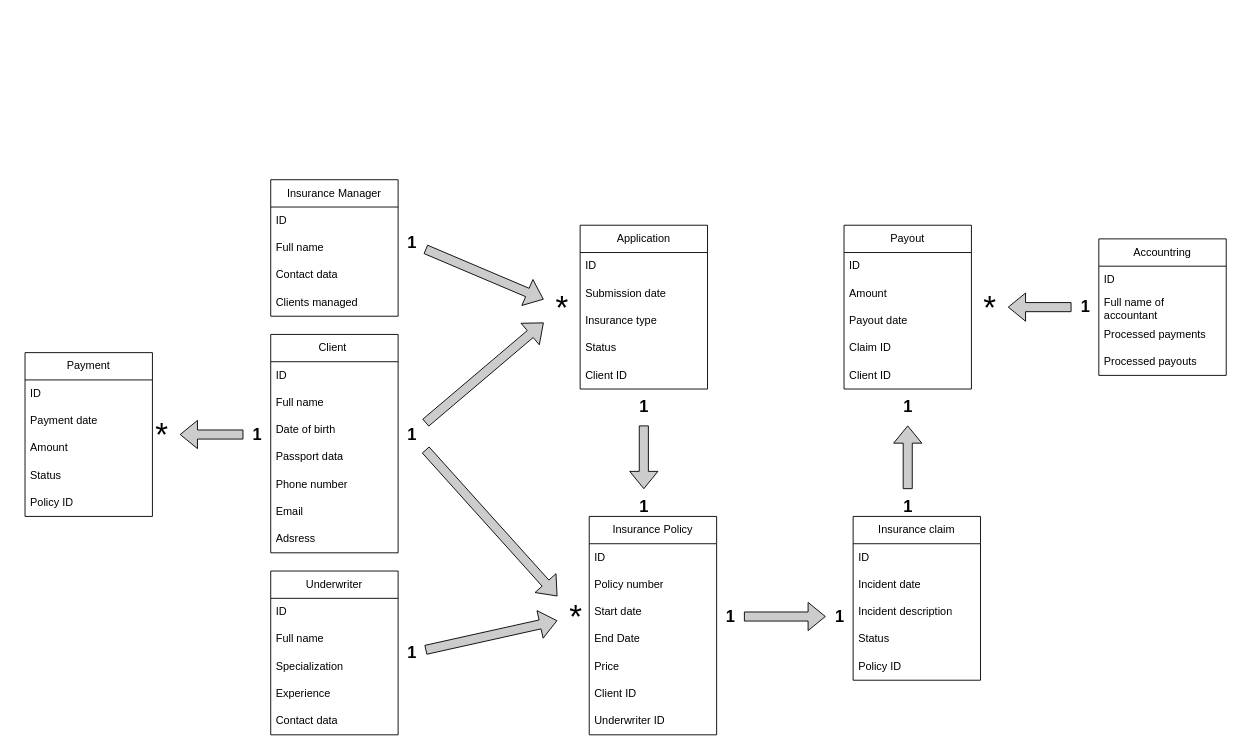
Above: lab6/Модель предметной области.drawio in GutsuNikolai/PSI (draw.io), before the change. Source tidied: cells renumbered, new cells numbered last; positions are measured from the earlier drawing's top-left corner, leaving out a move shared by most shapes. Both pictures are drawn from the tidied source at 91%, with x=0, y=0 at pixel (25, 179).
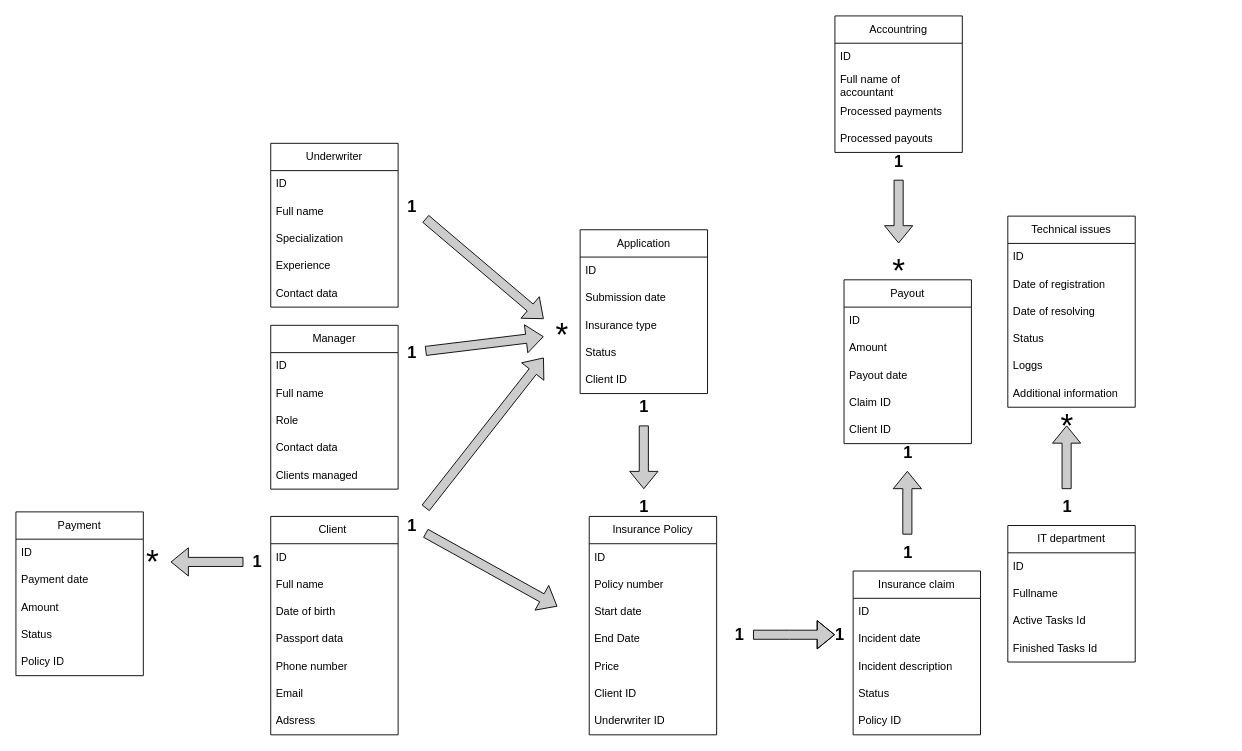
The same diagram, later.

What changed in the source:
```diff
@@
     <mxCell id="2" value="Client&amp;nbsp;" style="swimlane;fontStyle=0;horizontal=1;startSize=30;whiteSpace=wrap;html=1;" parent="1" vertex="1">
-      <mxGeometry x="270" y="170" width="140" height="240" as="geometry" />
+      <mxGeometry x="270" y="370" width="140" height="240" as="geometry" />
     </mxCell>
@@
     <mxCell id="11" value="Application" style="swimlane;fontStyle=0;horizontal=1;startSize=30;whiteSpace=wrap;html=1;" parent="1" vertex="1">
-      <mxGeometry x="610" y="50" width="140" height="180" as="geometry" />
+      <mxGeometry x="610" y="55" width="140" height="180" as="geometry" />
     </mxCell>
@@
     <mxCell id="18" value="Underwriter" style="swimlane;fontStyle=0;horizontal=1;startSize=30;whiteSpace=wrap;html=1;" parent="1" vertex="1">
-      <mxGeometry x="270" y="430" width="140" height="180" as="geometry" />
+      <mxGeometry x="270" y="-40" width="140" height="180" as="geometry" />
     </mxCell>
@@
     <mxCell id="32" value="Payment" style="swimlane;fontStyle=0;horizontal=1;startSize=30;whiteSpace=wrap;html=1;" parent="1" vertex="1">
-      <mxGeometry y="190" width="140" height="180" as="geometry" />
+      <mxGeometry x="-10" y="365" width="140" height="180" as="geometry" />
     </mxCell>
@@
-    <mxCell id="38" value="Insurance Manager" style="swimlane;fontStyle=0;horizontal=1;startSize=30;whiteSpace=wrap;html=1;" parent="1" vertex="1">
-      <mxGeometry x="270" width="140" height="150" as="geometry" />
+    <mxCell id="38" value="Manager" style="swimlane;fontStyle=0;horizontal=1;startSize=30;whiteSpace=wrap;html=1;" parent="1" vertex="1">
+      <mxGeometry x="270" y="160" width="140" height="180" as="geometry" />
     </mxCell>
@@
+    <mxCell id="84" value="Role" style="text;strokeColor=none;fillColor=none;align=left;verticalAlign=middle;spacingLeft=4;spacingRight=4;overflow=hidden;whiteSpace=wrap;html=1;" parent="38" vertex="1">
+      <mxGeometry y="90" width="140" height="30" as="geometry" />
+    </mxCell>
     <mxCell id="41" value="Contact data" style="text;strokeColor=none;fillColor=none;align=left;verticalAlign=middle;spacingLeft=4;spacingRight=4;overflow=hidden;whiteSpace=wrap;html=1;" parent="38" vertex="1">
-      <mxGeometry y="90" width="140" height="30" as="geometry" />
+      <mxGeometry y="120" width="140" height="30" as="geometry" />
     </mxCell>
     <mxCell id="42" value="Clients managed&amp;nbsp;" style="text;strokeColor=none;fillColor=none;align=left;verticalAlign=middle;spacingLeft=4;spacingRight=4;overflow=hidden;whiteSpace=wrap;html=1;" parent="38" vertex="1">
-      <mxGeometry y="120" width="140" height="30" as="geometry" />
+      <mxGeometry y="150" width="140" height="30" as="geometry" />
     </mxCell>
     <mxCell id="43" value="Accountring" style="swimlane;fontStyle=0;horizontal=1;startSize=30;whiteSpace=wrap;html=1;" parent="1" vertex="1">
-      <mxGeometry x="1180" y="65" width="140" height="150" as="geometry" />
+      <mxGeometry x="890" y="-180" width="140" height="150" as="geometry" />
     </mxCell>
@@
     <mxCell id="48" value="Insurance claim" style="swimlane;fontStyle=0;horizontal=1;startSize=30;whiteSpace=wrap;html=1;" parent="1" vertex="1">
-      <mxGeometry x="910" y="370" width="140" height="180" as="geometry" />
+      <mxGeometry x="910" y="430" width="140" height="180" as="geometry" />
     </mxCell>
@@
     <mxCell id="54" value="Payout" style="swimlane;fontStyle=0;horizontal=1;startSize=30;whiteSpace=wrap;html=1;" parent="1" vertex="1">
-      <mxGeometry x="900" y="50" width="140" height="180" as="geometry" />
+      <mxGeometry x="900" y="110" width="140" height="180" as="geometry" />
     </mxCell>
@@
     <mxCell id="60" value="&lt;font style=&quot;font-size: 18px;&quot;&gt;&lt;b&gt;1&lt;/b&gt;&lt;/font&gt;" style="text;html=1;align=center;verticalAlign=middle;points=[];strokeColor=none;fillColor=none;" parent="1" vertex="1">
-      <mxGeometry x="410" y="260" width="30" height="40" as="geometry" />
+      <mxGeometry x="410" y="360" width="30" height="40" as="geometry" />
     </mxCell>
     <mxCell id="61" value="&lt;font style=&quot;font-size: 36px;&quot;&gt;*&lt;/font&gt;" style="text;html=1;align=center;verticalAlign=middle;points=[];strokeColor=none;fillColor=none;" parent="1" vertex="1">
-      <mxGeometry x="570" y="110" width="40" height="60" as="geometry" />
+      <mxGeometry x="570" y="140" width="40" height="60" as="geometry" />
     </mxCell>
-    <mxCell id="62" style="shape=flexArrow;endArrow=classic;html=1;rounded=0;fillColor=#CCCCCC;" parent="1" edge="1" source="60" target="63">
-      <mxGeometry relative="1" as="geometry" />
+    <mxCell id="62" style="shape=flexArrow;endArrow=classic;html=1;rounded=0;fillColor=#CCCCCC;" parent="1" edge="1" source="60">
+      <mxGeometry relative="1" as="geometry">
+        <mxPoint x="585" y="468.9" as="targetPoint" />
+      </mxGeometry>
     </mxCell>
-    <mxCell id="63" value="&lt;font style=&quot;font-size: 36px;&quot;&gt;*&lt;/font&gt;" style="text;html=1;align=center;verticalAlign=middle;points=[];strokeColor=none;fillColor=none;" parent="1" vertex="1">
-      <mxGeometry x="585" y="450" width="40" height="60" as="geometry" />
-    </mxCell>
@@
     <mxCell id="68" value="&lt;font style=&quot;font-size: 18px;&quot;&gt;&lt;b&gt;1&lt;/b&gt;&lt;/font&gt;" style="text;html=1;align=center;verticalAlign=middle;points=[];strokeColor=none;fillColor=none;" parent="1" vertex="1">
-      <mxGeometry x="880" y="460" width="30" height="40" as="geometry" />
+      <mxGeometry x="880" y="480" width="30" height="40" as="geometry" />
     </mxCell>
     <mxCell id="69" value="&lt;font style=&quot;font-size: 18px;&quot;&gt;&lt;b&gt;1&lt;/b&gt;&lt;/font&gt;" style="text;html=1;align=center;verticalAlign=middle;points=[];strokeColor=none;fillColor=none;" parent="1" vertex="1">
-      <mxGeometry x="955" y="230" width="30" height="40" as="geometry" />
+      <mxGeometry x="955" y="280" width="30" height="40" as="geometry" />
     </mxCell>
     <mxCell id="70" value="&lt;font style=&quot;font-size: 18px;&quot;&gt;&lt;b&gt;1&lt;/b&gt;&lt;/font&gt;" style="text;html=1;align=center;verticalAlign=middle;points=[];strokeColor=none;fillColor=none;" parent="1" vertex="1">
-      <mxGeometry x="240" y="260" width="30" height="40" as="geometry" />
+      <mxGeometry x="240" y="400" width="30" height="40" as="geometry" />
     </mxCell>
     <mxCell id="71" value="&lt;font style=&quot;font-size: 36px;&quot;&gt;*&lt;/font&gt;" style="text;html=1;align=center;verticalAlign=middle;points=[];strokeColor=none;fillColor=none;" parent="1" vertex="1">
-      <mxGeometry x="130" y="250" width="40" height="60" as="geometry" />
+      <mxGeometry x="120" y="390" width="40" height="60" as="geometry" />
     </mxCell>
-    <mxCell id="72" style="shape=flexArrow;endArrow=classic;html=1;rounded=0;fillColor=#CCCCCC;" parent="1" edge="1" source="81" target="68">
-      <mxGeometry relative="1" as="geometry" />
+    <mxCell id="72" style="shape=flexArrow;endArrow=classic;html=1;rounded=0;fillColor=#CCCCCC;" parent="1" edge="1" source="81">
+      <mxGeometry relative="1" as="geometry">
+        <mxPoint x="890" y="500" as="targetPoint" />
+        <Array as="points">
+          <mxPoint x="840" y="500" />
+        </Array>
+      </mxGeometry>
     </mxCell>
@@
     <mxCell id="75" value="&lt;font style=&quot;font-size: 18px;&quot;&gt;&lt;b&gt;1&lt;/b&gt;&lt;/font&gt;" style="text;html=1;align=center;verticalAlign=middle;points=[];strokeColor=none;fillColor=none;" parent="1" vertex="1">
-      <mxGeometry x="410" y="500" width="30" height="40" as="geometry" />
+      <mxGeometry x="410" y="10" width="30" height="40" as="geometry" />
     </mxCell>
     <mxCell id="76" value="&lt;font style=&quot;font-size: 18px;&quot;&gt;&lt;b&gt;1&lt;/b&gt;&lt;/font&gt;" style="text;html=1;align=center;verticalAlign=middle;points=[];strokeColor=none;fillColor=none;" parent="1" vertex="1">
-      <mxGeometry x="1150" y="120" width="30" height="40" as="geometry" />
+      <mxGeometry x="945" y="-40" width="30" height="40" as="geometry" />
     </mxCell>
     <mxCell id="77" value="&lt;font style=&quot;font-size: 36px;&quot;&gt;*&lt;/font&gt;" style="text;html=1;align=center;verticalAlign=middle;points=[];strokeColor=none;fillColor=none;" parent="1" vertex="1">
-      <mxGeometry x="1040" y="110" width="40" height="60" as="geometry" />
+      <mxGeometry x="940" y="70" width="40" height="60" as="geometry" />
     </mxCell>
-    <mxCell id="78" style="shape=flexArrow;endArrow=classic;html=1;rounded=0;fillColor=#CCCCCC;" parent="1" edge="1" source="75" target="63">
+    <mxCell id="78" style="shape=flexArrow;endArrow=classic;html=1;rounded=0;fillColor=#CCCCCC;" parent="1" edge="1" source="75" target="61">
       <mxGeometry relative="1" as="geometry" />
     </mxCell>
@@
     <mxCell id="80" value="&lt;font style=&quot;font-size: 18px;&quot;&gt;&lt;b&gt;1&lt;/b&gt;&lt;/font&gt;" style="text;html=1;align=center;verticalAlign=middle;points=[];strokeColor=none;fillColor=none;" parent="1" vertex="1">
-      <mxGeometry x="410" y="50" width="30" height="40" as="geometry" />
+      <mxGeometry x="410" y="170" width="30" height="40" as="geometry" />
     </mxCell>
     <mxCell id="81" value="&lt;font style=&quot;font-size: 18px;&quot;&gt;&lt;b&gt;1&lt;/b&gt;&lt;/font&gt;" style="text;html=1;align=center;verticalAlign=middle;points=[];strokeColor=none;fillColor=none;" parent="1" vertex="1">
-      <mxGeometry x="760" y="460" width="30" height="40" as="geometry" />
+      <mxGeometry x="770" y="480" width="30" height="40" as="geometry" />
     </mxCell>
-    <mxCell id="82" style="shape=flexArrow;endArrow=classic;html=1;rounded=0;fillColor=#CCCCCC;" parent="1" edge="1" source="83" target="69">
-      <mxGeometry relative="1" as="geometry" />
+    <mxCell id="82" style="shape=flexArrow;endArrow=classic;html=1;rounded=0;fillColor=#CCCCCC;" parent="1" edge="1">
+      <mxGeometry relative="1" as="geometry">
+        <mxPoint x="1144.6" y="340" as="sourcePoint" />
+        <mxPoint x="1144.6" y="270" as="targetPoint" />
+      </mxGeometry>
     </mxCell>
     <mxCell id="83" value="&lt;font style=&quot;font-size: 18px;&quot;&gt;&lt;b&gt;1&lt;/b&gt;&lt;/font&gt;" style="text;html=1;align=center;verticalAlign=middle;points=[];strokeColor=none;fillColor=none;" parent="1" vertex="1">
-      <mxGeometry x="955" y="340" width="30" height="40" as="geometry" />
+      <mxGeometry x="955" y="390" width="30" height="40" as="geometry" />
     </mxCell>
+    <mxCell id="85" value="IT department" style="swimlane;fontStyle=0;horizontal=1;startSize=30;whiteSpace=wrap;html=1;" parent="1" vertex="1">
+      <mxGeometry x="1080" y="380" width="140" height="150" as="geometry" />
+    </mxCell>
+    <mxCell id="86" value="ID" style="text;strokeColor=none;fillColor=none;align=left;verticalAlign=middle;spacingLeft=4;spacingRight=4;overflow=hidden;whiteSpace=wrap;html=1;" parent="85" vertex="1">
+      <mxGeometry y="30" width="140" height="30" as="geometry" />
+    </mxCell>
+    <mxCell id="87" value="Fullname" style="text;strokeColor=none;fillColor=none;align=left;verticalAlign=middle;spacingLeft=4;spacingRight=4;overflow=hidden;whiteSpace=wrap;html=1;" parent="85" vertex="1">
+      <mxGeometry y="60" width="140" height="30" as="geometry" />
+    </mxCell>
+    <mxCell id="88" value="Active Tasks Id" style="text;strokeColor=none;fillColor=none;align=left;verticalAlign=middle;spacingLeft=4;spacingRight=4;overflow=hidden;whiteSpace=wrap;html=1;" parent="85" vertex="1">
+      <mxGeometry y="90" width="140" height="30" as="geometry" />
+    </mxCell>
+    <mxCell id="89" value="Finished Tasks Id" style="text;strokeColor=none;fillColor=none;align=left;verticalAlign=middle;spacingLeft=4;spacingRight=4;overflow=hidden;whiteSpace=wrap;html=1;" parent="85" vertex="1">
+      <mxGeometry y="120" width="140" height="30" as="geometry" />
+    </mxCell>
+    <mxCell id="90" value="&lt;font style=&quot;font-size: 18px;&quot;&gt;&lt;b&gt;1&lt;/b&gt;&lt;/font&gt;" style="text;html=1;align=center;verticalAlign=middle;strokeColor=none;fillColor=none;" parent="1" vertex="1">
+      <mxGeometry x="1130" y="340" width="30" height="40" as="geometry" />
+    </mxCell>
+    <mxCell id="91" value="Technical issues" style="swimlane;fontStyle=0;horizontal=1;startSize=30;whiteSpace=wrap;html=1;" parent="1" vertex="1">
+      <mxGeometry x="1080" y="40" width="140" height="210" as="geometry" />
+    </mxCell>
+    <mxCell id="92" value="ID" style="text;strokeColor=none;fillColor=none;align=left;verticalAlign=middle;spacingLeft=4;spacingRight=4;overflow=hidden;whiteSpace=wrap;html=1;" parent="91" vertex="1">
+      <mxGeometry y="30" width="140" height="30" as="geometry" />
+    </mxCell>
+    <mxCell id="93" value="Date of registration" style="text;strokeColor=none;fillColor=none;align=left;verticalAlign=middle;spacingLeft=4;spacingRight=4;overflow=hidden;whiteSpace=wrap;html=1;" parent="91" vertex="1">
+      <mxGeometry y="60" width="140" height="30" as="geometry" />
+    </mxCell>
+    <mxCell id="94" value="Date of resolving" style="text;strokeColor=none;fillColor=none;align=left;verticalAlign=middle;spacingLeft=4;spacingRight=4;overflow=hidden;whiteSpace=wrap;html=1;" parent="91" vertex="1">
+      <mxGeometry y="90" width="140" height="30" as="geometry" />
+    </mxCell>
+    <mxCell id="95" value="Status" style="text;strokeColor=none;fillColor=none;align=left;verticalAlign=middle;spacingLeft=4;spacingRight=4;overflow=hidden;whiteSpace=wrap;html=1;" parent="91" vertex="1">
+      <mxGeometry y="120" width="140" height="30" as="geometry" />
+    </mxCell>
+    <mxCell id="96" value="Loggs" style="text;strokeColor=none;fillColor=none;align=left;verticalAlign=middle;spacingLeft=4;spacingRight=4;overflow=hidden;whiteSpace=wrap;html=1;" parent="91" vertex="1">
+      <mxGeometry y="150" width="140" height="30" as="geometry" />
+    </mxCell>
+    <mxCell id="97" value="Additional information" style="text;strokeColor=none;fillColor=none;align=left;verticalAlign=middle;spacingLeft=4;spacingRight=4;overflow=hidden;whiteSpace=wrap;html=1;" parent="91" vertex="1">
+      <mxGeometry y="180" width="140" height="30" as="geometry" />
+    </mxCell>
+    <mxCell id="63" value="&lt;font style=&quot;font-size: 36px;&quot;&gt;*&lt;/font&gt;" style="text;html=1;align=center;verticalAlign=middle;points=[];strokeColor=none;fillColor=none;" parent="1" vertex="1">
+      <mxGeometry x="1125" y="240" width="40" height="60" as="geometry" />
+    </mxCell>
+    <mxCell id="98" style="shape=flexArrow;endArrow=classic;html=1;rounded=0;fillColor=#CCCCCC;" parent="1" edge="1">
+      <mxGeometry relative="1" as="geometry">
+        <mxPoint x="969.6" y="390" as="sourcePoint" />
+        <mxPoint x="969.6" y="320" as="targetPoint" />
+      </mxGeometry>
+    </mxCell>
```
